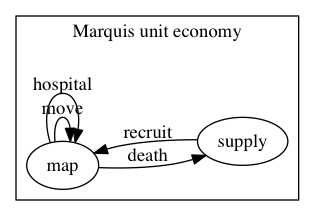
Above: diagrams/marquis-units.png in krawaller/root (Graphviz), before the change. Its source is kept beside it as diagrams/marquis-units.dot.
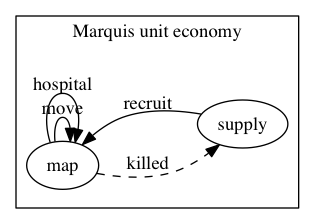
The same file after the commit.

Change to the diagram source:
```diff
@@ -8,9 +8,11 @@
 
     map -> map [label="move"]
 
-    map -> supply [label="death"]
+    map -> supply [label="killed" style=dashed]
 
     map -> map [label="hospital"]
+
+    supply -> map [label="foo" color=transparent fontcolor=transparent]
 
     supply -> map [label="recruit"]
   }
```
